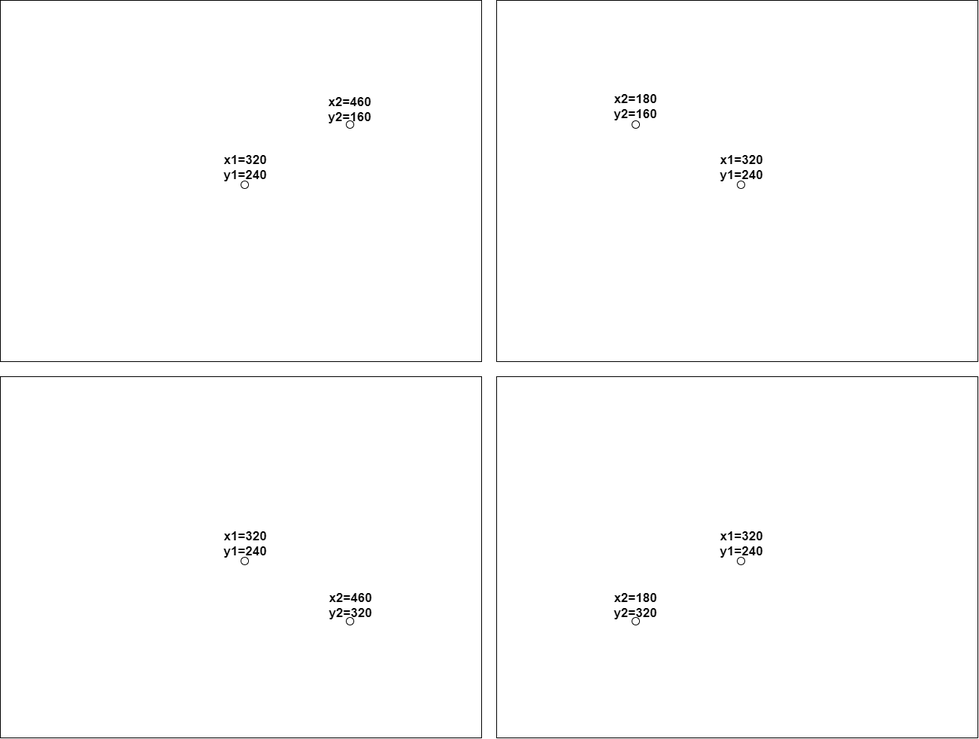
Earlier version of the draw.io export Micro/Unnamed 2.png (RoboGradeIndustriesTeam/HomingTurret). Source tidied: cells renumbered, new cells last; positions are measured from the earlier drawing's top-left corner, leaving out a move shared by most shapes.
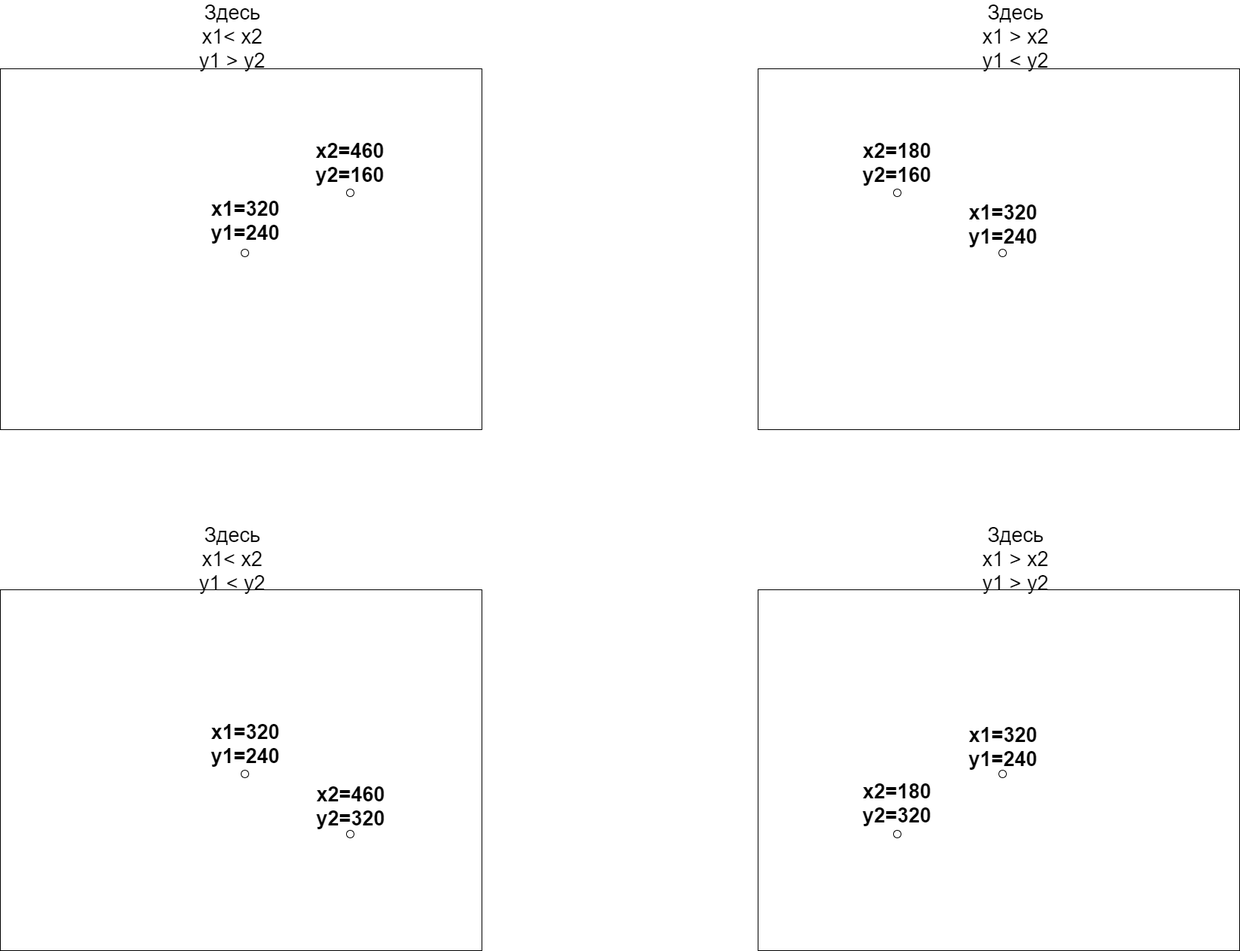
After the change.

The edit, as a diff of the source:
```diff
@@ -11,56 +11,68 @@
     <mxCell id="4" style="verticalLabelPosition=bottom;verticalAlign=top;html=1;shape=mxgraph.flowchart.on-page_reference;fontSize=15;" parent="1" vertex="1">
       <mxGeometry x="320" y="240" width="10" height="10" as="geometry" />
     </mxCell>
-    <mxCell id="5" value="x1=320&lt;br style=&quot;font-size: 17px;&quot;&gt;y1=240" style="text;html=1;strokeColor=none;fillColor=none;align=center;verticalAlign=middle;whiteSpace=wrap;rounded=0;fontSize=17;fontStyle=1;" parent="1" vertex="1">
-      <mxGeometry x="306" y="212" width="40" height="20" as="geometry" />
+    <mxCell id="5" value="x1=320&lt;br style=&quot;font-size: 27px;&quot;&gt;y1=240" style="text;html=1;strokeColor=none;fillColor=none;align=center;verticalAlign=middle;whiteSpace=wrap;rounded=0;fontSize=27;fontStyle=1;" parent="1" vertex="1">
+      <mxGeometry x="306" y="192" width="40" height="20" as="geometry" />
     </mxCell>
-    <mxCell id="6" value="x2=460&lt;br style=&quot;font-size: 17px;&quot;&gt;y2=160" style="text;html=1;strokeColor=none;fillColor=none;align=center;verticalAlign=middle;whiteSpace=wrap;rounded=0;fontSize=17;fontStyle=1;" parent="1" vertex="1">
-      <mxGeometry x="445" y="135" width="40" height="20" as="geometry" />
+    <mxCell id="6" value="x2=460&lt;br style=&quot;font-size: 27px;&quot;&gt;y2=160" style="text;html=1;strokeColor=none;fillColor=none;align=center;verticalAlign=middle;whiteSpace=wrap;rounded=0;fontSize=27;fontStyle=1;" parent="1" vertex="1">
+      <mxGeometry x="445" y="115" width="40" height="20" as="geometry" />
     </mxCell>
     <mxCell id="7" style="rounded=0;whiteSpace=wrap;html=1;fontSize=15;" parent="1" vertex="1">
-      <mxGeometry x="660" width="640" height="480" as="geometry" />
+      <mxGeometry x="1007" width="640" height="480" as="geometry" />
     </mxCell>
     <mxCell id="8" style="verticalLabelPosition=bottom;verticalAlign=top;html=1;shape=mxgraph.flowchart.on-page_reference;fontSize=15;" parent="1" vertex="1">
-      <mxGeometry x="840" y="160" width="10" height="10" as="geometry" />
+      <mxGeometry x="1187" y="160" width="10" height="10" as="geometry" />
     </mxCell>
     <mxCell id="9" style="verticalLabelPosition=bottom;verticalAlign=top;html=1;shape=mxgraph.flowchart.on-page_reference;fontSize=15;" parent="1" vertex="1">
-      <mxGeometry x="980" y="240" width="10" height="10" as="geometry" />
+      <mxGeometry x="1327" y="240" width="10" height="10" as="geometry" />
     </mxCell>
-    <mxCell id="10" value="x1=320&lt;br style=&quot;font-size: 17px;&quot;&gt;y1=240" style="text;html=1;strokeColor=none;fillColor=none;align=center;verticalAlign=middle;whiteSpace=wrap;rounded=0;fontSize=17;fontStyle=1;" parent="1" vertex="1">
-      <mxGeometry x="966" y="212" width="40" height="20" as="geometry" />
+    <mxCell id="10" value="x1=320&lt;br style=&quot;font-size: 27px;&quot;&gt;y1=240" style="text;html=1;strokeColor=none;fillColor=none;align=center;verticalAlign=middle;whiteSpace=wrap;rounded=0;fontSize=27;fontStyle=1;" parent="1" vertex="1">
+      <mxGeometry x="1313" y="197" width="40" height="20" as="geometry" />
     </mxCell>
-    <mxCell id="11" value="x2=180&lt;br style=&quot;font-size: 17px;&quot;&gt;y2=160" style="text;html=1;strokeColor=none;fillColor=none;align=center;verticalAlign=middle;whiteSpace=wrap;rounded=0;fontSize=17;fontStyle=1;" parent="1" vertex="1">
-      <mxGeometry x="825" y="131" width="40" height="20" as="geometry" />
+    <mxCell id="11" value="x2=180&lt;br style=&quot;font-size: 27px;&quot;&gt;y2=160" style="text;html=1;strokeColor=none;fillColor=none;align=center;verticalAlign=middle;whiteSpace=wrap;rounded=0;fontSize=27;fontStyle=1;" parent="1" vertex="1">
+      <mxGeometry x="1172" y="115" width="40" height="20" as="geometry" />
     </mxCell>
     <mxCell id="12" style="rounded=0;whiteSpace=wrap;html=1;fontSize=15;flipV=1;" parent="1" vertex="1">
-      <mxGeometry y="500" width="640" height="480" as="geometry" />
+      <mxGeometry y="693" width="640" height="480" as="geometry" />
     </mxCell>
     <mxCell id="13" style="verticalLabelPosition=bottom;verticalAlign=top;html=1;shape=mxgraph.flowchart.on-page_reference;fontSize=15;flipV=1;" parent="1" vertex="1">
-      <mxGeometry x="460" y="820" width="10" height="10" as="geometry" />
+      <mxGeometry x="460" y="1013" width="10" height="10" as="geometry" />
     </mxCell>
     <mxCell id="14" style="verticalLabelPosition=bottom;verticalAlign=top;html=1;shape=mxgraph.flowchart.on-page_reference;fontSize=15;flipV=1;" parent="1" vertex="1">
-      <mxGeometry x="320" y="740" width="10" height="10" as="geometry" />
+      <mxGeometry x="320" y="933" width="10" height="10" as="geometry" />
     </mxCell>
-    <mxCell id="15" value="x1=320&lt;br style=&quot;font-size: 17px;&quot;&gt;y1=240" style="text;html=1;strokeColor=none;fillColor=none;align=center;verticalAlign=middle;whiteSpace=wrap;rounded=0;fontSize=17;flipV=1;fontStyle=1;" parent="1" vertex="1">
-      <mxGeometry x="306" y="712" width="40" height="20" as="geometry" />
+    <mxCell id="15" value="x1=320&lt;br style=&quot;font-size: 27px;&quot;&gt;y1=240" style="text;html=1;strokeColor=none;fillColor=none;align=center;verticalAlign=middle;whiteSpace=wrap;rounded=0;fontSize=27;flipV=1;fontStyle=1;" parent="1" vertex="1">
+      <mxGeometry x="306" y="888" width="40" height="20" as="geometry" />
     </mxCell>
-    <mxCell id="16" value="x2=460&lt;br style=&quot;font-size: 17px;&quot;&gt;y2=320" style="text;html=1;strokeColor=none;fillColor=none;align=center;verticalAlign=middle;whiteSpace=wrap;rounded=0;fontSize=17;flipV=1;fontStyle=1;" parent="1" vertex="1">
-      <mxGeometry x="446" y="794" width="40" height="20" as="geometry" />
+    <mxCell id="16" value="x2=460&lt;br style=&quot;font-size: 27px;&quot;&gt;y2=320" style="text;html=1;strokeColor=none;fillColor=none;align=center;verticalAlign=middle;whiteSpace=wrap;rounded=0;fontSize=27;flipV=1;fontStyle=1;" parent="1" vertex="1">
+      <mxGeometry x="446" y="971" width="40" height="20" as="geometry" />
     </mxCell>
     <mxCell id="17" style="rounded=0;whiteSpace=wrap;html=1;fontSize=15;flipV=1;" parent="1" vertex="1">
-      <mxGeometry x="660" y="500" width="640" height="480" as="geometry" />
+      <mxGeometry x="1007" y="693" width="640" height="480" as="geometry" />
     </mxCell>
     <mxCell id="18" style="verticalLabelPosition=bottom;verticalAlign=top;html=1;shape=mxgraph.flowchart.on-page_reference;fontSize=15;flipV=1;" parent="1" vertex="1">
-      <mxGeometry x="840" y="820" width="10" height="10" as="geometry" />
+      <mxGeometry x="1187" y="1013" width="10" height="10" as="geometry" />
     </mxCell>
     <mxCell id="19" style="verticalLabelPosition=bottom;verticalAlign=top;html=1;shape=mxgraph.flowchart.on-page_reference;fontSize=15;flipV=1;" parent="1" vertex="1">
-      <mxGeometry x="980" y="740" width="10" height="10" as="geometry" />
+      <mxGeometry x="1327" y="933" width="10" height="10" as="geometry" />
     </mxCell>
-    <mxCell id="20" value="x1=320&lt;br style=&quot;font-size: 17px;&quot;&gt;y1=240" style="text;html=1;strokeColor=none;fillColor=none;align=center;verticalAlign=middle;whiteSpace=wrap;rounded=0;fontSize=17;flipV=1;fontStyle=1;" parent="1" vertex="1">
-      <mxGeometry x="966" y="712" width="40" height="20" as="geometry" />
+    <mxCell id="20" value="x1=320&lt;br style=&quot;font-size: 27px;&quot;&gt;y1=240" style="text;html=1;strokeColor=none;fillColor=none;align=center;verticalAlign=middle;whiteSpace=wrap;rounded=0;fontSize=27;flipV=1;fontStyle=1;" parent="1" vertex="1">
+      <mxGeometry x="1313" y="892" width="40" height="20" as="geometry" />
     </mxCell>
-    <mxCell id="21" value="x2=180&lt;br style=&quot;font-size: 17px;&quot;&gt;y2=320" style="text;html=1;strokeColor=none;fillColor=none;align=center;verticalAlign=middle;whiteSpace=wrap;rounded=0;fontSize=17;flipV=1;fontStyle=1;" parent="1" vertex="1">
-      <mxGeometry x="825" y="794" width="40" height="20" as="geometry" />
+    <mxCell id="21" value="x2=180&lt;br style=&quot;font-size: 27px;&quot;&gt;y2=320" style="text;html=1;strokeColor=none;fillColor=none;align=center;verticalAlign=middle;whiteSpace=wrap;rounded=0;fontSize=27;flipV=1;fontStyle=1;" parent="1" vertex="1">
+      <mxGeometry x="1172" y="967" width="40" height="20" as="geometry" />
     </mxCell>
+    <mxCell id="22" value="Здесь&lt;br&gt;x1&amp;lt; x2&lt;br&gt;y1 &amp;gt; y2" style="text;html=1;strokeColor=none;fillColor=none;align=center;verticalAlign=middle;whiteSpace=wrap;rounded=0;fontSize=27;" parent="1" vertex="1">
+      <mxGeometry x="131" y="-69" width="355" height="52" as="geometry" />
+    </mxCell>
+    <mxCell id="23" value="Здесь&lt;br&gt;x1 &amp;gt; x2&lt;br&gt;y1 &amp;lt; y2" style="text;html=1;strokeColor=none;fillColor=none;align=center;verticalAlign=middle;whiteSpace=wrap;rounded=0;fontSize=27;" parent="1" vertex="1">
+      <mxGeometry x="1172" y="-69" width="355" height="52" as="geometry" />
+    </mxCell>
+    <mxCell id="24" value="Здесь&lt;br&gt;x1&amp;lt; x2&lt;br&gt;y1 &amp;lt; y2" style="text;html=1;strokeColor=none;fillColor=none;align=center;verticalAlign=middle;whiteSpace=wrap;rounded=0;fontSize=27;" parent="1" vertex="1">
+      <mxGeometry x="131" y="626" width="355" height="52" as="geometry" />
+    </mxCell>
+    <mxCell id="25" value="Здесь&lt;br&gt;x1 &amp;gt; x2&lt;br&gt;y1 &amp;gt; y2" style="text;html=1;strokeColor=none;fillColor=none;align=center;verticalAlign=middle;whiteSpace=wrap;rounded=0;fontSize=27;" parent="1" vertex="1">
+      <mxGeometry x="1172" y="626" width="355" height="52" as="geometry" />
+    </mxCell>
   </root>
 </mxGraphModel>
```
